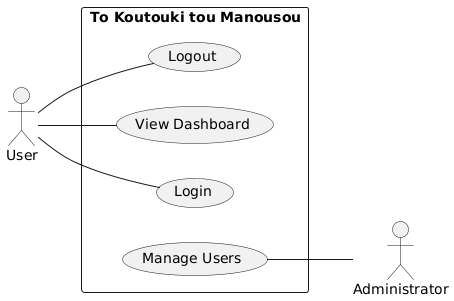
The PlantUML diagram use-case.png in softwareDesign24/collaborateUML-ucd, before a commit.
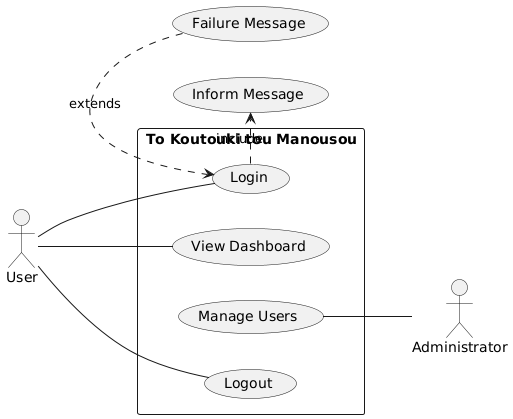
The same file after the commit.

Commit message:
Automated UML diagram generation

Diff of the diagram source:
```diff
@@ -17,4 +17,7 @@
 usr -- UC3
 admin -up- UC4
 
+UC1 .> (Inform Message) : include
+(Failure Message) .> UC1 : extends
+
 @enduml
```
